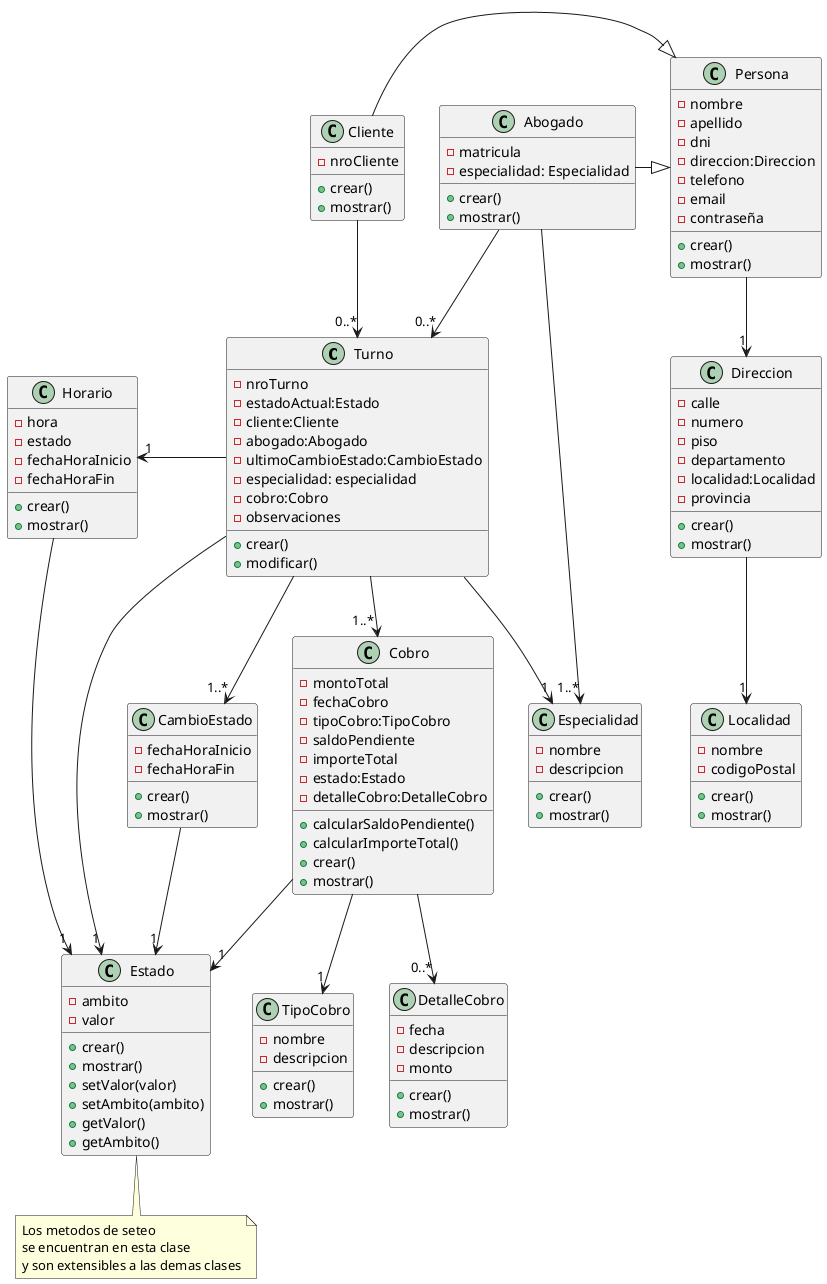
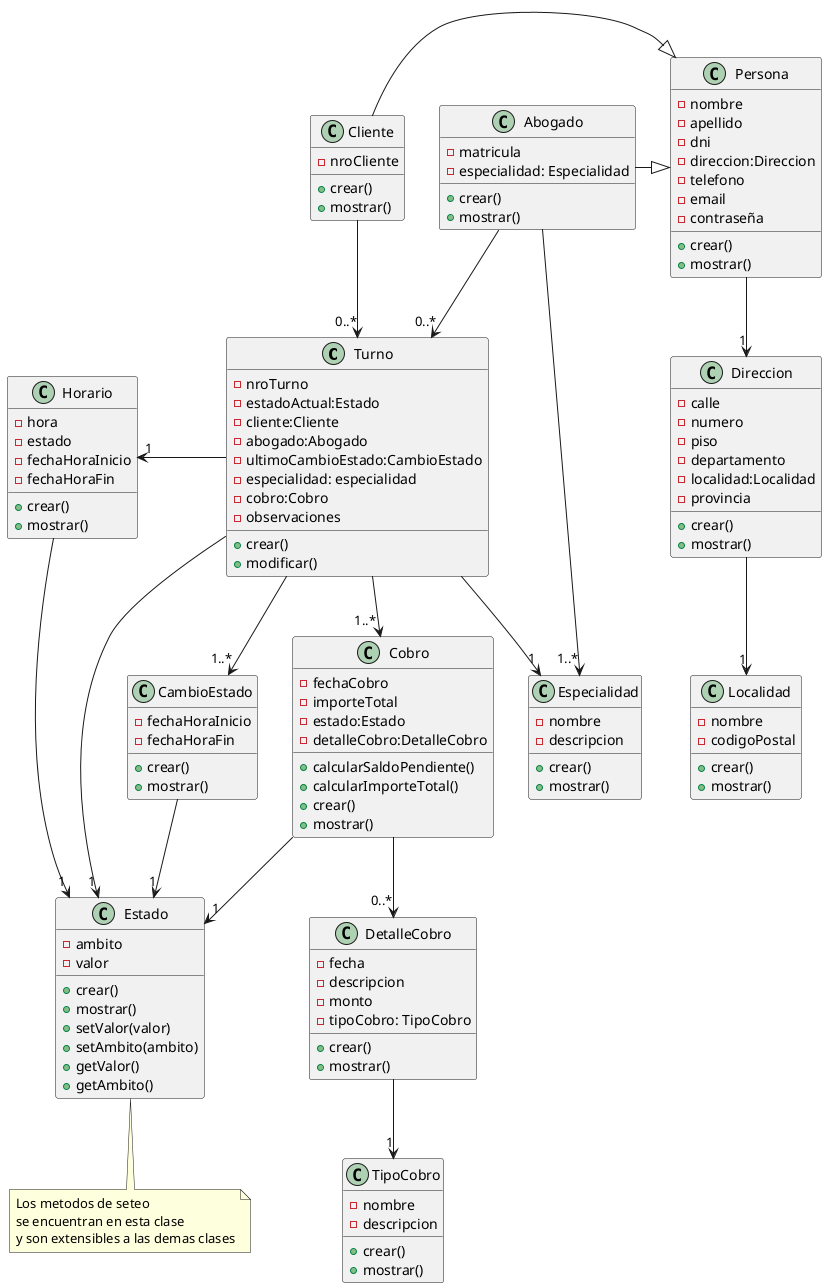
@startuml Diagrama de Clases
class Turno {
    - nroTurno
    - estadoActual:Estado
    - cliente:Cliente
    - abogado:Abogado
    - ultimoCambioEstado:CambioEstado
    - especialidad: especialidad
    - cobro:Cobro
    - observaciones
    + crear()
    + modificar()
}
Turno --> "1..* "Cobro
Turno -> "1" Estado
Turno -->"1..*" CambioEstado
Turno --> "1" Especialidad
Turno -left-> "1"Horario


class Especialidad {
    - nombre
    - descripcion
    + crear()
    + mostrar()
}

class Persona{
    - nombre
    - apellido
    - dni
    - direccion:Direccion
    - telefono
    - email
    - contraseña
    + crear()
    + mostrar()
}

Persona -->"1" Direccion

class Cliente {
    - nroCliente
    + crear()
    + mostrar()
}

Cliente -|> Persona
Cliente -->"0..*" Turno


class Abogado {
    - matricula
    - especialidad: Especialidad
    + crear()
    + mostrar()
}

Abogado -->"1..*" Especialidad
Abogado -|> Persona
Abogado -->"0..*" Turno

class CambioEstado{
    - fechaHoraInicio
    - fechaHoraFin
    + crear()
    + mostrar()
}

CambioEstado -->"1" Estado

class Cobro {
-     - montoTotal
    - fechaCobro
-     - tipoCobro:TipoCobro
-     - saldoPendiente
    - importeTotal
    - estado:Estado
    - detalleCobro:DetalleCobro
    + calcularSaldoPendiente()
    + calcularImporteTotal()
    + crear()
    + mostrar()

}

- Cobro -->"1" TipoCobro
Cobro -->"0..*" DetalleCobro
Cobro -->"1" Estado

class DetalleCobro {
    - fecha
    - descripcion
    - monto
+     - tipoCobro: TipoCobro
    + crear()
    + mostrar()
}
+ 
+ DetalleCobro --> "1" TipoCobro

class TipoCobro {
    - nombre
    - descripcion
    + crear()
    + mostrar()
}

class Estado{
    - ambito
    - valor
    + crear()
    + mostrar()
    + setValor(valor)
    + setAmbito(ambito)
    + getValor()
    + getAmbito()
}

note bottom of Estado : Los metodos de seteo \nse encuentran en esta clase \ny son extensibles a las demas clases

class Direccion{
    - calle
    - numero
    - piso
    - departamento
    - localidad:Localidad
    - provincia
    + crear()
    + mostrar()
}

Direccion -->"1" Localidad

class Localidad{
    - nombre
    - codigoPostal
    + crear()
    + mostrar()
}

class Horario {
    - hora
    - estado
    - fechaHoraInicio
    - fechaHoraFin
    + crear()
    + mostrar()
}

Horario --> "1"Estado
@enduml